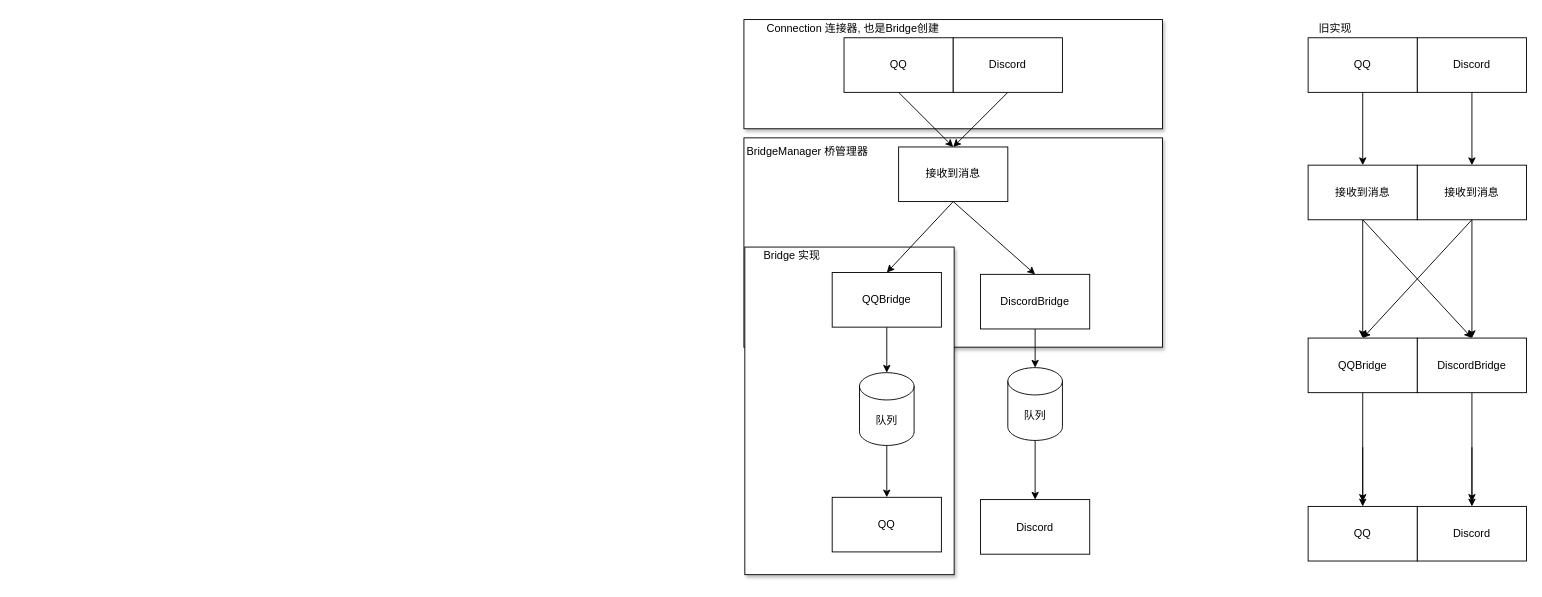
Earlier version of the draw.io diagram bridge-design.drawio (rabbitkiller-dev/message_bridge_rs). Source tidied: cells renumbered, new cells numbered last; positions are measured from the earlier drawing's top-left corner, leaving out a move shared by most shapes. Both pictures are drawn from the tidied source at 91%, with x=0, y=0 at pixel (743, 19).
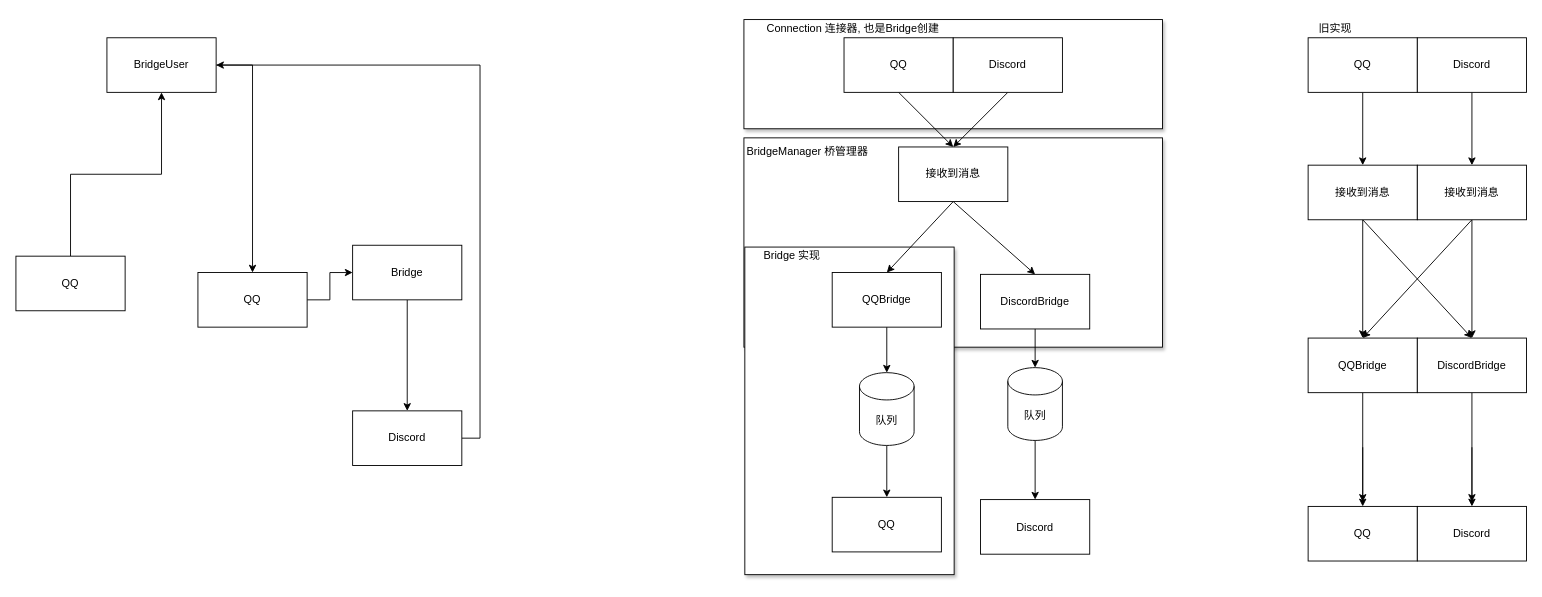
Above is the later version.

Change to the diagram source:
```diff
@@
+    <mxCell id="46" style="edgeStyle=orthogonalEdgeStyle;rounded=0;jettySize=auto;html=1;exitX=1;exitY=0.5;exitDx=0;exitDy=0;" parent="1" edge="1" source="47" target="53">
+      <mxGeometry relative="1" as="geometry" />
+    </mxCell>
+    <mxCell id="47" value="BridgeUser" style="rounded=0;whiteSpace=wrap;html=1;" parent="1" vertex="1">
+      <mxGeometry x="-700" y="20" width="120" height="60" as="geometry" />
+    </mxCell>
+    <mxCell id="48" style="edgeStyle=orthogonalEdgeStyle;rounded=0;jettySize=auto;html=1;exitX=0.5;exitY=0;exitDx=0;exitDy=0;entryX=0.5;entryY=1;entryDx=0;entryDy=0;" parent="1" edge="1" source="49" target="47">
+      <mxGeometry relative="1" as="geometry" />
+    </mxCell>
+    <mxCell id="49" value="QQ" style="rounded=0;whiteSpace=wrap;html=1;" parent="1" vertex="1">
+      <mxGeometry x="-800" y="260" width="120" height="60" as="geometry" />
+    </mxCell>
+    <mxCell id="50" style="edgeStyle=orthogonalEdgeStyle;rounded=0;jettySize=auto;html=1;exitX=0.5;exitY=1;exitDx=0;exitDy=0;entryX=0.5;entryY=0;entryDx=0;entryDy=0;" parent="1" edge="1" source="51" target="55">
+      <mxGeometry relative="1" as="geometry" />
+    </mxCell>
+    <mxCell id="51" value="Bridge" style="rounded=0;whiteSpace=wrap;html=1;" parent="1" vertex="1">
+      <mxGeometry x="-430" y="248" width="120" height="60" as="geometry" />
+    </mxCell>
+    <mxCell id="52" style="edgeStyle=orthogonalEdgeStyle;rounded=0;jettySize=auto;html=1;exitX=1;exitY=0.5;exitDx=0;exitDy=0;entryX=0;entryY=0.5;entryDx=0;entryDy=0;" parent="1" edge="1" source="53" target="51">
+      <mxGeometry relative="1" as="geometry" />
+    </mxCell>
+    <mxCell id="53" value="QQ" style="rounded=0;whiteSpace=wrap;html=1;" parent="1" vertex="1">
+      <mxGeometry x="-600" y="278" width="120" height="60" as="geometry" />
+    </mxCell>
+    <mxCell id="54" style="edgeStyle=orthogonalEdgeStyle;rounded=0;jettySize=auto;html=1;exitX=1;exitY=0.5;exitDx=0;exitDy=0;entryX=1;entryY=0.5;entryDx=0;entryDy=0;" parent="1" edge="1" source="55" target="47">
+      <mxGeometry relative="1" as="geometry" />
+    </mxCell>
+    <mxCell id="55" value="Discord" style="rounded=0;whiteSpace=wrap;html=1;" parent="1" vertex="1">
+      <mxGeometry x="-430" y="430" width="120" height="60" as="geometry" />
+    </mxCell>
```
